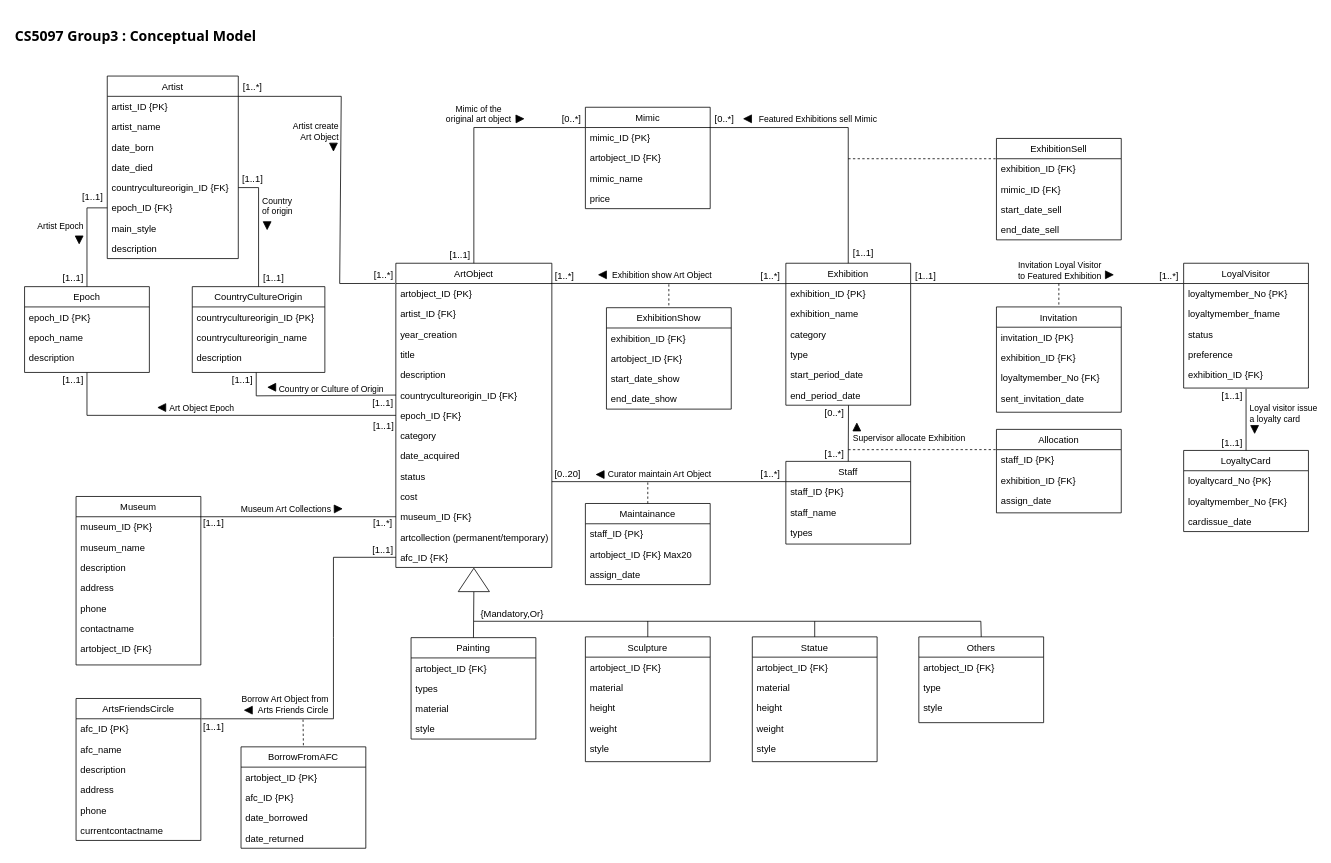
chanokchut/CS5097 keeps this draw.io diagram as Group3_Conceptual-Model-3NF.drawio. Above is the earlier version. Source tidied: cells renumbered, new cells numbered last; positions are measured from the earlier drawing's top-left corner, leaving out a move shared by most shapes. Both pictures are drawn from the tidied source at 78%, with x=0, y=0 at pixel (13, 13).
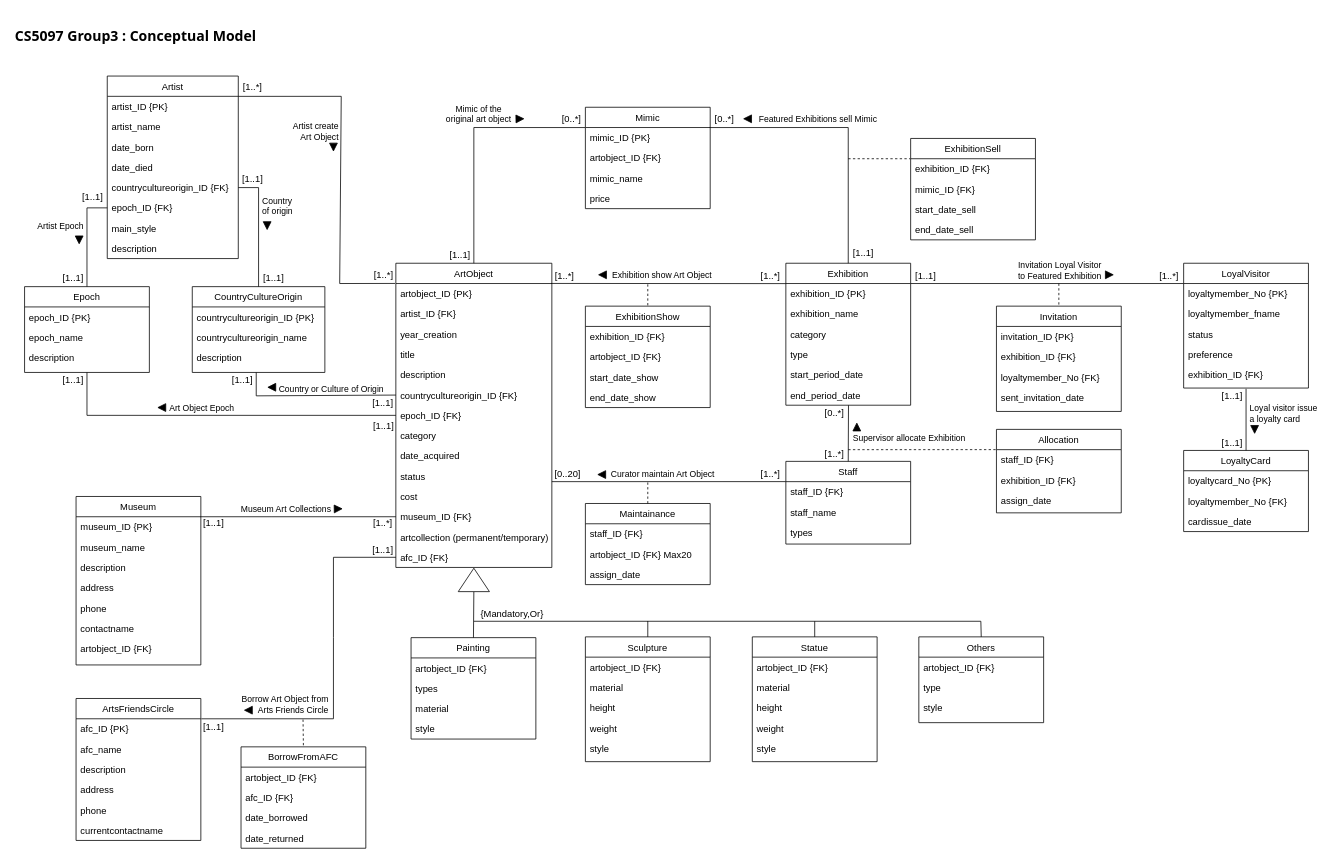
After the change.

Unchanged cells that the change refers to:
```xml
<mxCell id="77" value="Staff" style="swimlane;fontStyle=0;align=center;verticalAlign=top;horizontal=1;startSize=26;rounded=0;shadow=0;strokeWidth=1;" parent="1" vertex="1">
  <mxGeometry x="990" y="574" width="160" height="106" as="geometry" />
</mxCell>
<mxCell id="81" value="Maintainance" style="swimlane;fontStyle=0;align=center;verticalAlign=top;horizontal=1;startSize=26;rounded=0;shadow=0;strokeWidth=1;" parent="1" vertex="1">
  <mxGeometry x="733" y="628" width="160" height="104" as="geometry" />
</mxCell>
<mxCell id="85" value="Allocation" style="swimlane;fontStyle=0;align=center;verticalAlign=top;horizontal=1;startSize=26;rounded=0;shadow=0;strokeWidth=1;" parent="1" vertex="1">
  <mxGeometry x="1260" y="533" width="160" height="107" as="geometry" />
</mxCell>
<mxCell id="115" style="endArrow=none;html=1;rounded=0;exitX=0;exitY=-0.002;exitDx=0;exitDy=0;exitPerimeter=0;entryX=1;entryY=0.769;entryDx=0;entryDy=0;entryPerimeter=0;" parent="1" edge="1" source="78" target="24">
  <mxGeometry relative="1" as="geometry" />
</mxCell>
<mxCell id="197" value="BorrowFromAFC" style="swimlane;fontStyle=0;align=center;verticalAlign=top;horizontal=1;startSize=26;rounded=0;shadow=0;strokeWidth=1;" parent="1" vertex="1">
  <mxGeometry x="291.5" y="940" width="160" height="130" as="geometry" />
</mxCell>
```

What changed in the source:
```diff
@@
-    <mxCell id="78" value="staff_ID {PK}" style="text;align=left;verticalAlign=top;spacingLeft=4;spacingRight=4;overflow=hidden;points=[[0,0.5],[1,0.5]];portConstraint=eastwest;" parent="77" vertex="1">
+    <mxCell id="78" value="staff_ID {FK}" style="text;align=left;verticalAlign=top;spacingLeft=4;spacingRight=4;overflow=hidden;points=[[0,0.5],[1,0.5]];portConstraint=eastwest;" parent="77" vertex="1">
       <mxGeometry y="26" width="160" height="26" as="geometry" />
     </mxCell>
@@
-    <mxCell id="82" value="staff_ID {PK}" style="text;align=left;verticalAlign=top;spacingLeft=4;spacingRight=4;overflow=hidden;" parent="81" vertex="1">
+    <mxCell id="82" value="staff_ID {FK}" style="text;align=left;verticalAlign=top;spacingLeft=4;spacingRight=4;overflow=hidden;" parent="81" vertex="1">
       <mxGeometry y="26" width="160" height="26" as="geometry" />
     </mxCell>
@@
-    <mxCell id="86" value="staff_ID {PK}" style="text;align=left;verticalAlign=top;spacingLeft=4;spacingRight=4;overflow=hidden;points=[[0,0.5],[1,0.5]];portConstraint=eastwest;" parent="85" vertex="1">
+    <mxCell id="86" value="staff_ID {FK}" style="text;align=left;verticalAlign=top;spacingLeft=4;spacingRight=4;overflow=hidden;points=[[0,0.5],[1,0.5]];portConstraint=eastwest;" parent="85" vertex="1">
       <mxGeometry y="26" width="160" height="26" as="geometry" />
     </mxCell>
@@
     <mxCell id="89" value="ExhibitionShow" style="swimlane;fontStyle=0;align=center;verticalAlign=top;horizontal=1;startSize=26;rounded=0;shadow=0;strokeWidth=1;" parent="1" vertex="1">
-      <mxGeometry x="760" y="377" width="160" height="130" as="geometry" />
+      <mxGeometry x="733" y="375" width="160" height="130" as="geometry" />
     </mxCell>
@@
     <mxCell id="94" value="ExhibitionSell" style="swimlane;fontStyle=0;align=center;verticalAlign=top;horizontal=1;startSize=26;rounded=0;shadow=0;strokeWidth=1;" parent="1" vertex="1">
-      <mxGeometry x="1260" y="160" width="160" height="130" as="geometry" />
+      <mxGeometry x="1150" y="160" width="160" height="130" as="geometry" />
     </mxCell>
@@
     <mxCell id="100" value="Invitation" style="swimlane;fontStyle=0;align=center;verticalAlign=top;horizontal=1;startSize=26;rounded=0;shadow=0;strokeWidth=1;" parent="1" vertex="1">
-      <mxGeometry x="1260" y="376" width="160" height="135" as="geometry" />
+      <mxGeometry x="1260" y="375" width="160" height="135" as="geometry" />
     </mxCell>
@@
     <mxCell id="116" value="Curator maintain Art Object" style="edgeLabel;html=1;align=center;verticalAlign=middle;" parent="115" vertex="1">
       <mxGeometry x="-0.04" y="2" relative="1" as="geometry">
-        <mxPoint x="-19" y="-11" as="offset" />
+        <mxPoint x="-15" y="-11" as="offset" />
       </mxGeometry>
     </mxCell>
@@
     <mxCell id="119" style="endArrow=none;html=1;rounded=0;entryX=0.5;entryY=0;entryDx=0;entryDy=0;dashed=1;" parent="1" edge="1" target="89">
       <mxGeometry relative="1" as="geometry">
-        <mxPoint x="840" y="347" as="sourcePoint" />
+        <mxPoint x="813" y="347" as="sourcePoint" />
       </mxGeometry>
     </mxCell>
@@
     <mxCell id="156" style="shape=mxgraph.arrows2.wedgeArrow;html=1;startWidth=5;fillColor=strokeColor;defaultFillColor=invert;defaultGradientColor=invert;rounded=0;endSize=8;arcSize=100;" parent="1" edge="1">
       <mxGeometry relative="1" as="geometry">
-        <mxPoint x="757" y="590.9" as="sourcePoint" />
-        <mxPoint x="747" y="590.9" as="targetPoint" />
+        <mxPoint x="759" y="590.9" as="sourcePoint" />
+        <mxPoint x="749" y="590.9" as="targetPoint" />
       </mxGeometry>
     </mxCell>
@@
-    <mxCell id="198" value="artobject_ID {PK}" style="text;align=left;verticalAlign=top;spacingLeft=4;spacingRight=4;overflow=hidden;" parent="197" vertex="1">
+    <mxCell id="198" value="artobject_ID {FK}" style="text;align=left;verticalAlign=top;spacingLeft=4;spacingRight=4;overflow=hidden;" parent="197" vertex="1">
       <mxGeometry y="26" width="160" height="26" as="geometry" />
     </mxCell>
-    <mxCell id="199" value="afc_ID {PK}" style="text;align=left;verticalAlign=top;spacingLeft=4;spacingRight=4;overflow=hidden;" parent="197" vertex="1">
+    <mxCell id="199" value="afc_ID {FK}" style="text;align=left;verticalAlign=top;spacingLeft=4;spacingRight=4;overflow=hidden;" parent="197" vertex="1">
       <mxGeometry y="52" width="160" height="26" as="geometry" />
     </mxCell>
```
